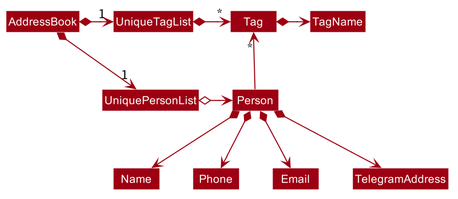
Earlier version of the PlantUML export docs/images/BetterModelClassDiagram.png (siqiang-ng/tp). Its diagram source:
```plantuml
@startuml








skinparam BackgroundColor #FFFFFFF

skinparam Shadowing false

skinparam Class {
    FontColor #FFFFFF
    BorderThickness 1
    BorderColor #FFFFFF
    StereotypeFontColor #FFFFFF
    FontName Arial
}

skinparam Actor {
    BorderColor #000000
    Color #000000
    FontName Arial
}

skinparam Sequence {
    MessageAlign center
    BoxFontSize 15
    BoxPadding 0
    BoxFontColor #FFFFFF
    FontName Arial
}

skinparam Participant {
    FontColor #FFFFFFF
    Padding 20
}

skinparam MinClassWidth 50
skinparam ParticipantPadding 10
skinparam Shadowing false
skinparam DefaultTextAlignment center
skinparam packageStyle Rectangle

hide footbox
hide members
hide circle
skinparam arrowThickness 1.1
skinparam arrowColor #9D0012
skinparam classBackgroundColor #9D0012

AddressBook *-right-> "1" UniquePersonList
AddressBook *-right-> "1" UniqueTagList
UniqueTagList -[hidden]down- UniquePersonList
UniqueTagList -[hidden]down- UniquePersonList

UniqueTagList *-right-> "*" Tag
UniquePersonList o-right-> Person

Person -up-> "*" Tag

Person *--> Name
Person *--> Phone
Person *--> Email
Person *--> TelegramAddress

Tag *-right-> TagName
@enduml
```
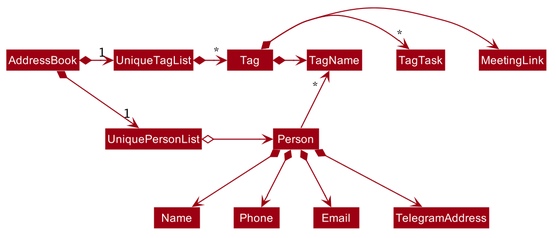
The same diagram one commit later.

Change to the diagram source:
```diff
@@ -54,12 +54,11 @@
 AddressBook *-right-> "1" UniquePersonList
 AddressBook *-right-> "1" UniqueTagList
 UniqueTagList -[hidden]down- UniquePersonList
-UniqueTagList -[hidden]down- UniquePersonList
 
 UniqueTagList *-right-> "*" Tag
 UniquePersonList o-right-> Person
 
-Person -up-> "*" Tag
+Person -up-> "           *" TagName
 
 Person *--> Name
 Person *--> Phone
@@ -67,4 +66,9 @@
 Person *--> TelegramAddress
 
 Tag *-right-> TagName
+Tag *-right-> "*" TagTask
+Tag *-right-> MeetingLink
+TagName -[hidden]right-> TagTask
+TagTask -[hidden]right-> MeetingLink
+
 @enduml
```
